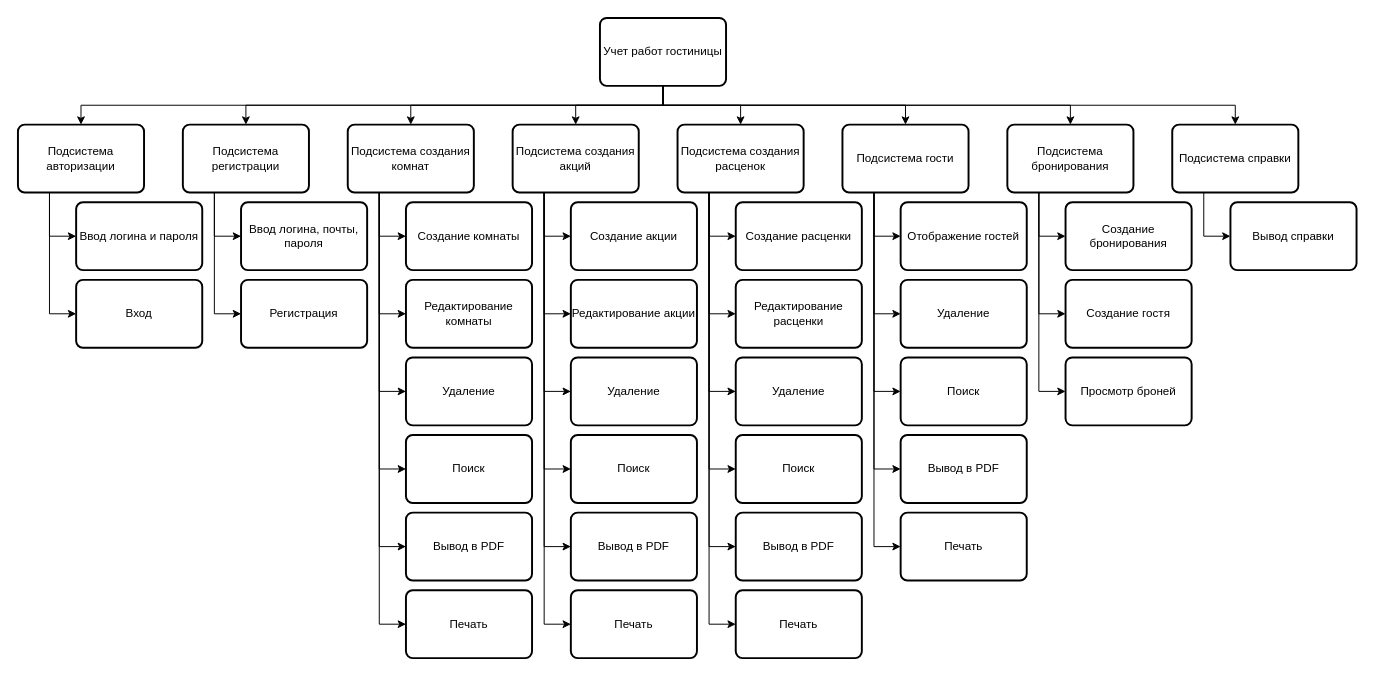
da-b1rmuda/HotelBooking keeps this draw.io diagram as page "Страница — 2" (2 of 4) of Документы/Блок-схемы.drawio. Above is the earlier version. Source tidied: cells renumbered, new cells numbered last; positions are measured from the earlier drawing's top-left corner, leaving out a move shared by most shapes. Both pictures are drawn from the tidied source at 97%, with x=0, y=0 at pixel (17, 17).
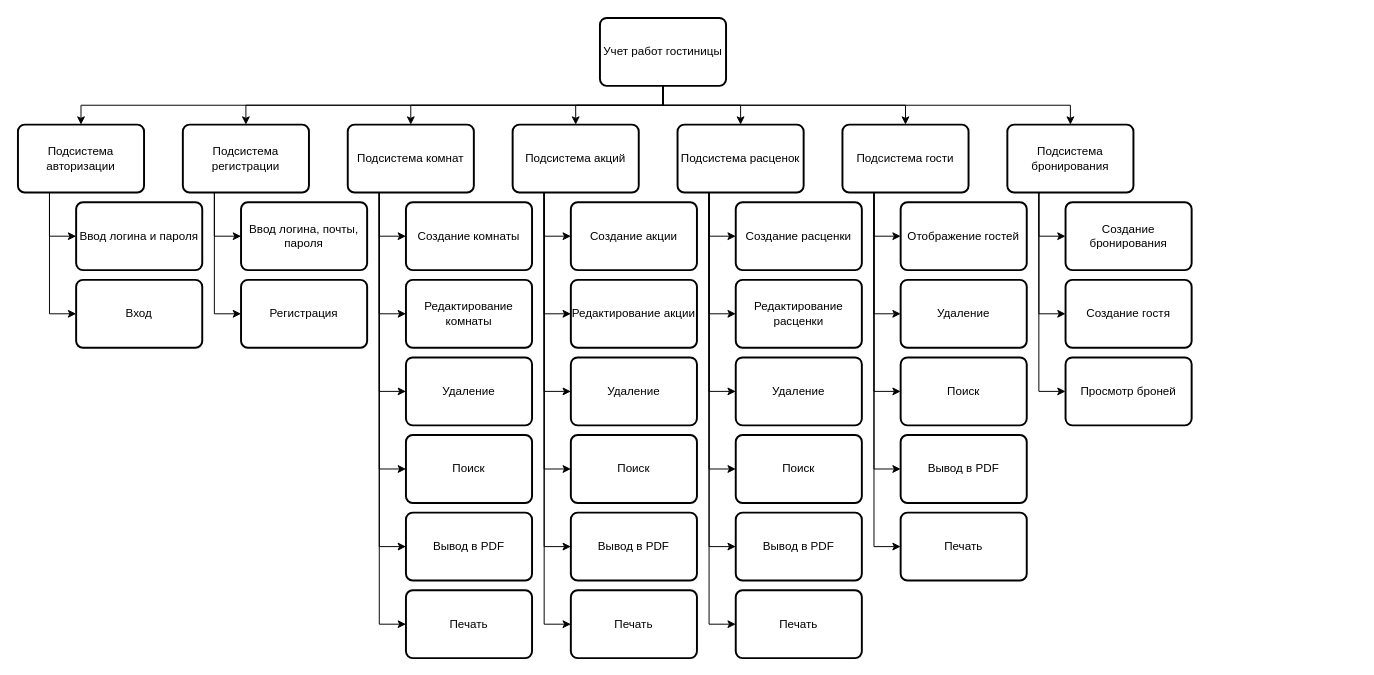
The same page after the edit.

Unchanged cells that the change refers to:
```xml
<mxCell id="10" value="Учет работ гостиницы" style="rounded=1;whiteSpace=wrap;html=1;absoluteArcSize=1;arcSize=14;strokeWidth=2;" parent="1" vertex="1">
  <mxGeometry x="600" width="130" height="70" as="geometry" />
</mxCell>
```

What changed in the source:
```diff
@@
-    <mxCell id="3" style="edgeStyle=orthogonalEdgeStyle;rounded=0;jettySize=auto;html=1;exitX=0.5;exitY=1;exitDx=0;exitDy=0;entryX=0.5;entryY=0;entryDx=0;entryDy=0;" parent="1" edge="1" source="10" target="45">
-      <mxGeometry relative="1" as="geometry" />
-    </mxCell>
@@
-    <mxCell id="23" value="Подсистема создания комнат" style="rounded=1;whiteSpace=wrap;html=1;absoluteArcSize=1;arcSize=14;strokeWidth=2;" parent="1" vertex="1">
+    <mxCell id="23" value="Подсистема комнат" style="rounded=1;whiteSpace=wrap;html=1;absoluteArcSize=1;arcSize=14;strokeWidth=2;" parent="1" vertex="1">
       <mxGeometry x="340" y="110" width="130" height="70" as="geometry" />
     </mxCell>
@@
-    <mxCell id="30" value="Подсистема создания акций" style="rounded=1;whiteSpace=wrap;html=1;absoluteArcSize=1;arcSize=14;strokeWidth=2;" parent="1" vertex="1">
+    <mxCell id="30" value="Подсистема акций" style="rounded=1;whiteSpace=wrap;html=1;absoluteArcSize=1;arcSize=14;strokeWidth=2;" parent="1" vertex="1">
       <mxGeometry x="510" y="110" width="130" height="70" as="geometry" />
     </mxCell>
@@
-    <mxCell id="37" value="Подсистема создания расценок" style="rounded=1;whiteSpace=wrap;html=1;absoluteArcSize=1;arcSize=14;strokeWidth=2;" parent="1" vertex="1">
+    <mxCell id="37" value="Подсистема расценок" style="rounded=1;whiteSpace=wrap;html=1;absoluteArcSize=1;arcSize=14;strokeWidth=2;" parent="1" vertex="1">
       <mxGeometry x="680" y="110" width="130" height="70" as="geometry" />
     </mxCell>
@@
-    <mxCell id="44" style="edgeStyle=orthogonalEdgeStyle;rounded=0;jettySize=auto;html=1;exitX=0.25;exitY=1;exitDx=0;exitDy=0;entryX=0;entryY=0.5;entryDx=0;entryDy=0;" parent="1" edge="1" source="45" target="73">
-      <mxGeometry relative="1" as="geometry" />
-    </mxCell>
-    <mxCell id="45" value="Подсистема справки" style="rounded=1;whiteSpace=wrap;html=1;absoluteArcSize=1;arcSize=14;strokeWidth=2;" parent="1" vertex="1">
-      <mxGeometry x="1190" y="110" width="130" height="70" as="geometry" />
-    </mxCell>
@@
-    <mxCell id="73" value="Вывод справки" style="rounded=1;whiteSpace=wrap;html=1;absoluteArcSize=1;arcSize=14;strokeWidth=2;" parent="1" vertex="1">
-      <mxGeometry x="1250" y="190" width="130" height="70" as="geometry" />
-    </mxCell>
```
